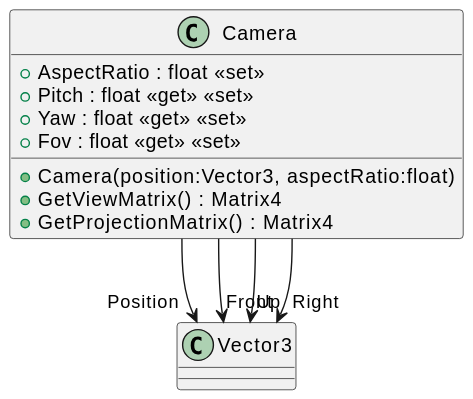
Before: svg/CG_Biblioteca/plantuml/Camera.svg, a diagram exported from PlantUML (majutestoni/disciplina_CG_2025_1). Its diagram source:
```plantuml
@startuml
class Camera {
    + Camera(position:Vector3, aspectRatio:float)
    + AspectRatio : float <<set>>
    + Pitch : float <<get>> <<set>>
    + Yaw : float <<get>> <<set>>
    + Fov : float <<get>> <<set>>
    + GetViewMatrix() : Matrix4
    + GetProjectionMatrix() : Matrix4
}
Camera --> "Position" Vector3
Camera --> "Front" Vector3
Camera --> "Up" Vector3
Camera --> "Right" Vector3
@enduml
```
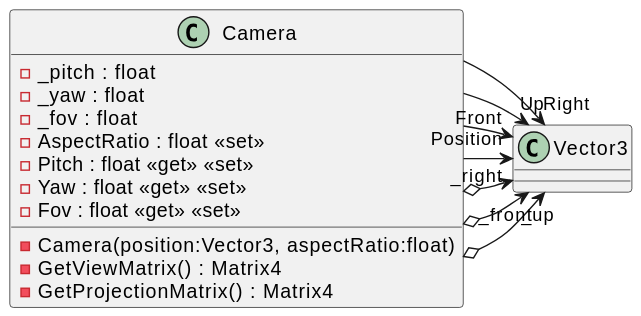
After the commit.

Change to the diagram source:
```diff
@@ -1,13 +1,19 @@
 @startuml
 class Camera {
-    + Camera(position:Vector3, aspectRatio:float)
-    + AspectRatio : float <<set>>
-    + Pitch : float <<get>> <<set>>
-    + Yaw : float <<get>> <<set>>
-    + Fov : float <<get>> <<set>>
-    + GetViewMatrix() : Matrix4
-    + GetProjectionMatrix() : Matrix4
+    - _pitch : float
+    - _yaw : float
+    - _fov : float
+    - Camera(position:Vector3, aspectRatio:float)
+    - AspectRatio : float <<set>>
+    - Pitch : float <<get>> <<set>>
+    - Yaw : float <<get>> <<set>>
+    - Fov : float <<get>> <<set>>
+    - GetViewMatrix() : Matrix4
+    - GetProjectionMatrix() : Matrix4
 }
+Camera o-> "_front" Vector3
+Camera o-> "_up" Vector3
+Camera o-> "_right" Vector3
 Camera --> "Position" Vector3
 Camera --> "Front" Vector3
 Camera --> "Up" Vector3
```
